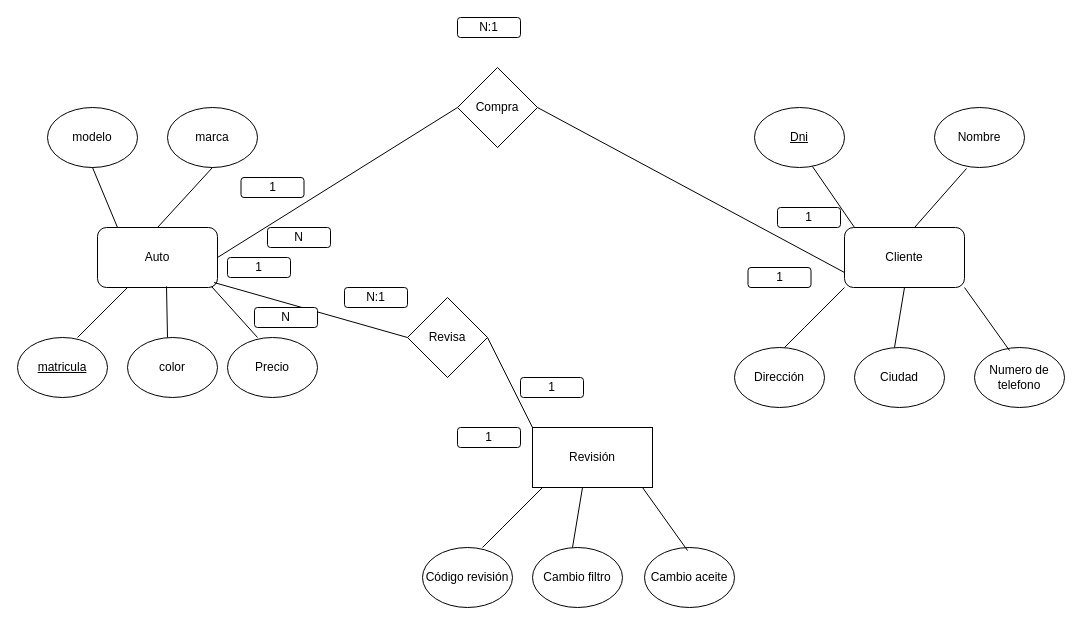
kevinld93/Diagramas keeps this draw.io diagram as Diagrama sin título.drawio. Above is the earlier version. Source tidied: cells renumbered, new cells numbered last; positions are measured from the earlier drawing's top-left corner, leaving out a move shared by most shapes. Both pictures are drawn from the tidied source at 100%, with x=0, y=0 at pixel (17, 17).
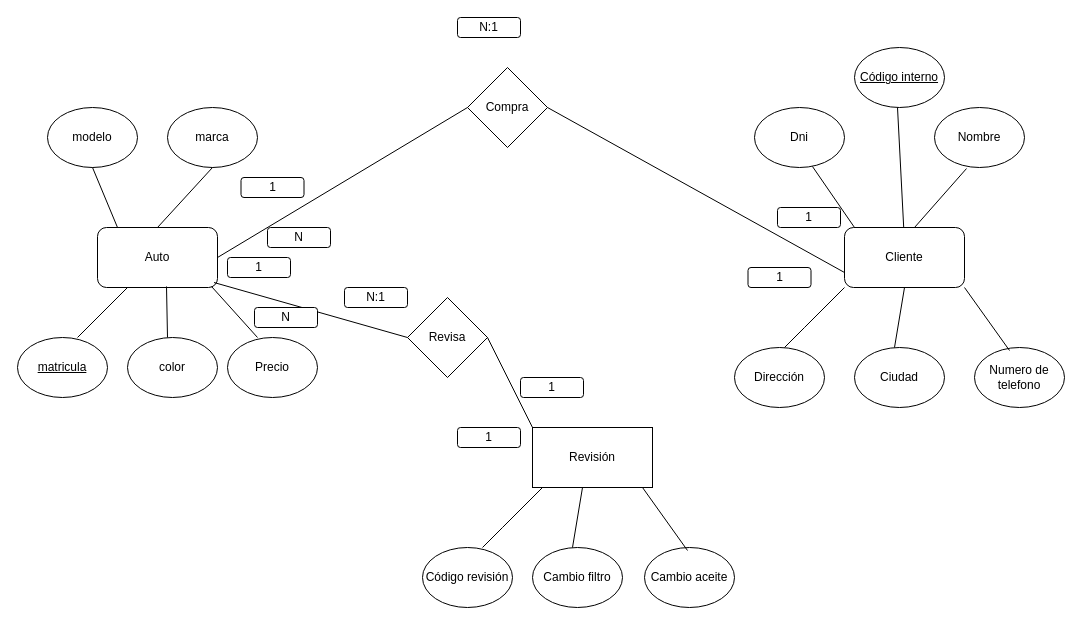
Above is the later version.

Diff of the diagram source:
```diff
@@
-    <mxCell id="14" value="&lt;u&gt;Dni&lt;/u&gt;" style="ellipse;whiteSpace=wrap;html=1;" parent="1" vertex="1">
+    <mxCell id="14" value="Dni" style="ellipse;whiteSpace=wrap;html=1;" parent="1" vertex="1">
       <mxGeometry x="737" y="90" width="90" height="60" as="geometry" />
     </mxCell>
@@
     <mxCell id="31" value="Compra" style="rhombus;whiteSpace=wrap;html=1;" parent="1" vertex="1">
-      <mxGeometry x="440" y="50" width="80" height="80" as="geometry" />
+      <mxGeometry x="450" y="50" width="80" height="80" as="geometry" />
     </mxCell>
@@
+    <mxCell id="47" value="&lt;u&gt;Código interno&lt;/u&gt;" style="ellipse;whiteSpace=wrap;html=1;" parent="1" vertex="1">
+      <mxGeometry x="837" y="30" width="90" height="60" as="geometry" />
+    </mxCell>
+    <mxCell id="48" style="endArrow=none;html=1;rounded=0;" parent="1" edge="1">
+      <mxGeometry relative="1" as="geometry">
+        <mxPoint x="880" y="90" as="sourcePoint" />
+        <mxPoint x="886.2" y="209.8" as="targetPoint" />
+      </mxGeometry>
+    </mxCell>
```
